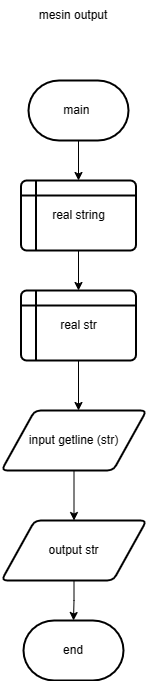
Before: 02 Pemasukan dan keluaran/cahyanayla_flowchart_2.drawio.png, a diagram exported from draw.io (Cahyandprt22/DDP-MI-23). Source tidied: cells renumbered, new cells last; positions are measured from the earlier drawing's top-left corner, leaving out a move shared by most shapes.
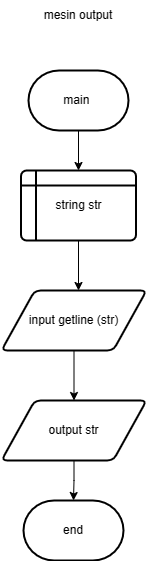
The same diagram one commit later.

Diff of the diagram source:
```diff
@@ -3,15 +3,12 @@
     <mxCell id="0" />
     <mxCell id="1" parent="0" />
     <mxCell id="2" value="mesin output" style="text;html=1;strokeColor=none;fillColor=none;align=center;verticalAlign=middle;whiteSpace=wrap;rounded=0;" parent="1" vertex="1">
-      <mxGeometry x="27" width="90" height="30" as="geometry" />
+      <mxGeometry x="32" y="120" width="90" height="30" as="geometry" />
     </mxCell>
     <mxCell id="3" value="main&amp;nbsp;" style="strokeWidth=2;html=1;shape=mxgraph.flowchart.terminator;whiteSpace=wrap;" parent="1" vertex="1">
-      <mxGeometry x="27" y="80" width="100" height="60" as="geometry" />
+      <mxGeometry x="27" y="190" width="100" height="60" as="geometry" />
     </mxCell>
-    <mxCell id="4" value="real string" style="shape=internalStorage;whiteSpace=wrap;html=1;dx=15;dy=15;rounded=1;arcSize=8;strokeWidth=2;" parent="1" vertex="1">
-      <mxGeometry x="19.5" y="180" width="115" height="70" as="geometry" />
-    </mxCell>
-    <mxCell id="5" value="real str" style="shape=internalStorage;whiteSpace=wrap;html=1;dx=15;dy=15;rounded=1;arcSize=8;strokeWidth=2;" parent="1" vertex="1">
+    <mxCell id="5" value="string str" style="shape=internalStorage;whiteSpace=wrap;html=1;dx=15;dy=15;rounded=1;arcSize=8;strokeWidth=2;" parent="1" vertex="1">
       <mxGeometry x="19.5" y="290" width="115" height="70" as="geometry" />
     </mxCell>
     <mxCell id="6" value="input getline (str)" style="shape=parallelogram;html=1;strokeWidth=2;perimeter=parallelogramPerimeter;whiteSpace=wrap;rounded=1;arcSize=12;size=0.23;" parent="1" vertex="1">
@@ -26,11 +23,10 @@
     <mxCell id="9" value="end" style="strokeWidth=2;html=1;shape=mxgraph.flowchart.terminator;whiteSpace=wrap;" parent="1" vertex="1">
       <mxGeometry x="22" y="620" width="100" height="60" as="geometry" />
     </mxCell>
-    <mxCell id="10" style="endArrow=classic;html=1;rounded=0;exitX=0.5;exitY=1;exitDx=0;exitDy=0;exitPerimeter=0;entryX=0.5;entryY=0;entryDx=0;entryDy=0;" parent="1" edge="1" source="3" target="4">
-      <mxGeometry relative="1" as="geometry" />
-    </mxCell>
-    <mxCell id="11" style="endArrow=classic;html=1;rounded=0;exitX=0.5;exitY=1;exitDx=0;exitDy=0;entryX=0.5;entryY=0;entryDx=0;entryDy=0;" parent="1" edge="1" source="4" target="5">
-      <mxGeometry relative="1" as="geometry" />
+    <mxCell id="11" style="endArrow=classic;html=1;rounded=0;exitX=0.5;exitY=1;exitDx=0;exitDy=0;entryX=0.5;entryY=0;entryDx=0;entryDy=0;" parent="1" edge="1" target="5">
+      <mxGeometry relative="1" as="geometry">
+        <mxPoint x="77" y="250" as="sourcePoint" />
+      </mxGeometry>
     </mxCell>
     <mxCell id="12" style="endArrow=classic;html=1;rounded=0;exitX=0.5;exitY=1;exitDx=0;exitDy=0;" parent="1" edge="1" source="5">
       <mxGeometry relative="1" as="geometry">
```
